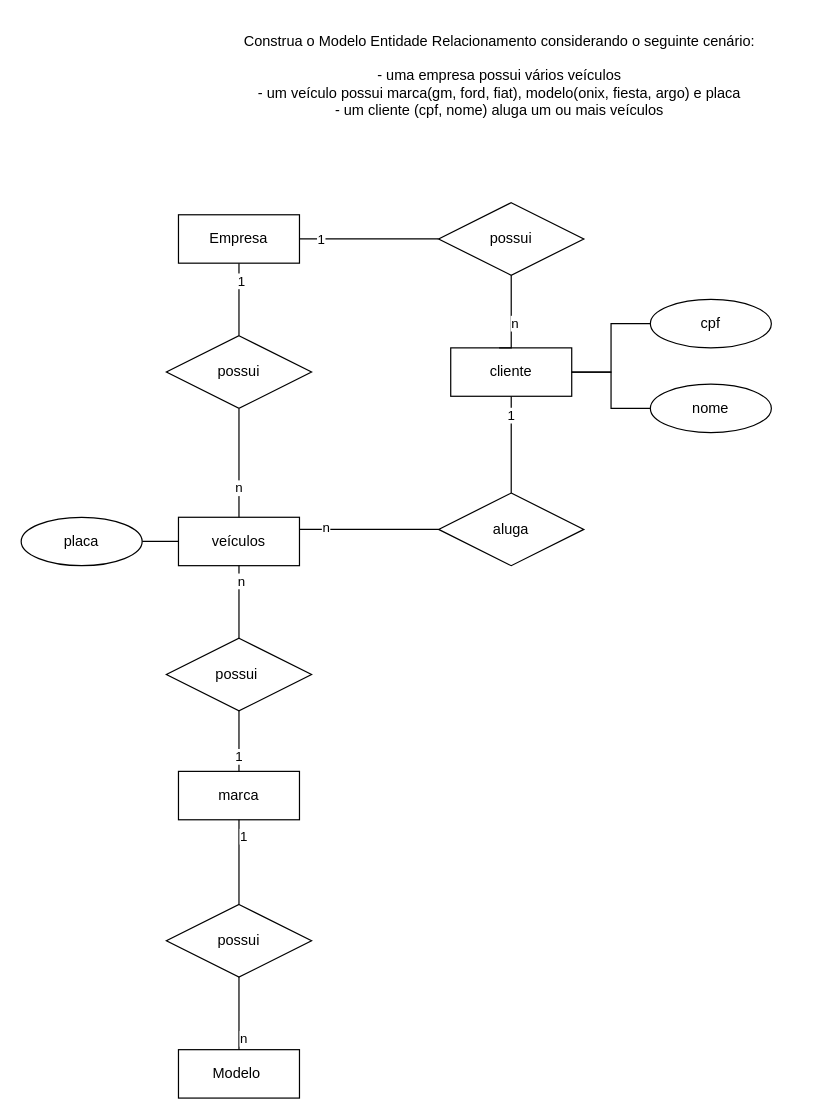
The draw.io diagram page "Página-3" (3 of 6) of SPRINT 1/construção de modelos/1.0/1.4.drawio in MateusPaladino-29/2-semestre, before the edit. Source tidied: cells renumbered, new cells numbered last; positions are measured from the earlier drawing's top-left corner, leaving out a move shared by most shapes. Both pictures are drawn from the tidied source at 121%, with x=0, y=0 at pixel (21, 21).
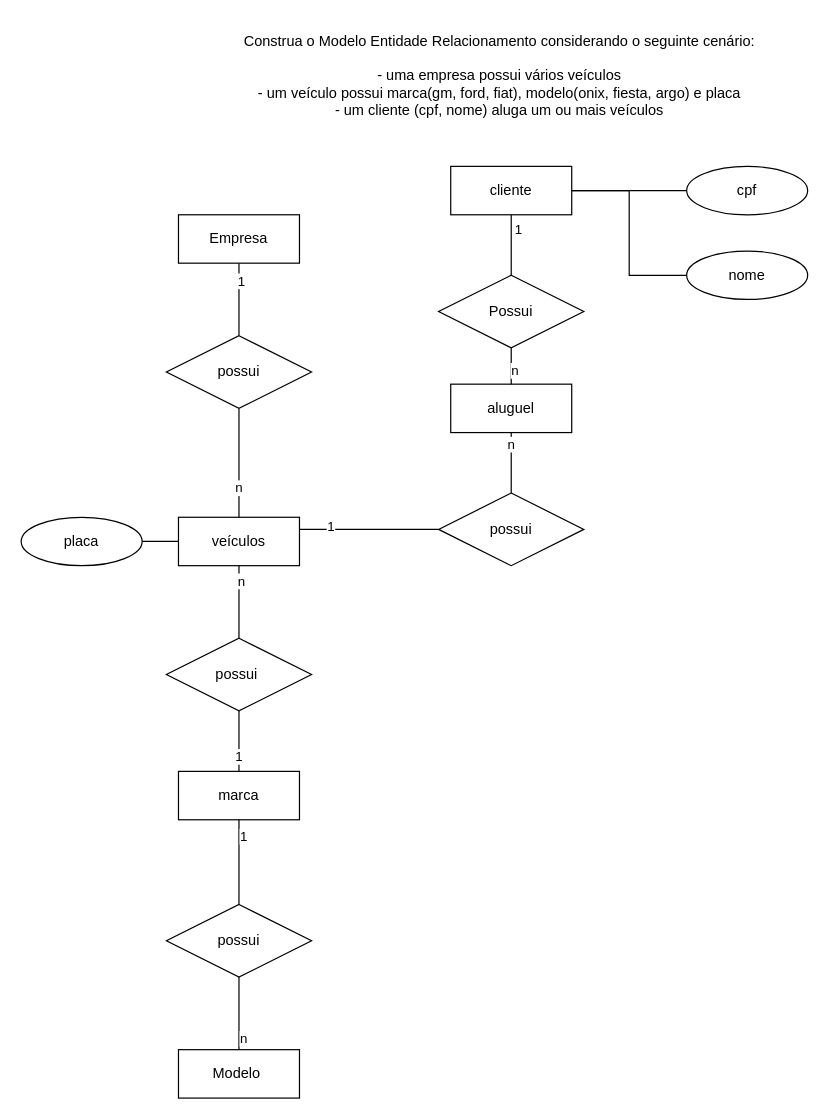
The same page after the edit.

The change refers to these unchanged cells:
```xml
<mxCell id="7" value="Empresa" style="whiteSpace=wrap;html=1;align=center;" parent="1" vertex="1">
  <mxGeometry x="130" y="160" width="100" height="40" as="geometry" />
</mxCell>
<mxCell id="8" style="edgeStyle=orthogonalEdgeStyle;rounded=0;jettySize=auto;html=1;entryX=0;entryY=0.5;entryDx=0;entryDy=0;exitX=1;exitY=0.25;exitDx=0;exitDy=0;endArrow=none;endFill=0;" parent="1" edge="1" source="10" target="16">
  <mxGeometry relative="1" as="geometry" />
</mxCell>
<mxCell id="14" style="edgeStyle=orthogonalEdgeStyle;rounded=0;jettySize=auto;html=1;entryX=0.5;entryY=1;entryDx=0;entryDy=0;endArrow=none;endFill=0;" parent="1" edge="1" source="16" target="17">
  <mxGeometry relative="1" as="geometry" />
</mxCell>
```

Diff of the diagram source:
```diff
@@
-    <mxCell id="5" style="edgeStyle=orthogonalEdgeStyle;rounded=0;jettySize=auto;html=1;entryX=0;entryY=0.5;entryDx=0;entryDy=0;endArrow=none;endFill=0;" parent="1" edge="1" source="7" target="24">
-      <mxGeometry relative="1" as="geometry" />
-    </mxCell>
-    <mxCell id="6" value="1" style="edgeLabel;html=1;align=center;verticalAlign=middle;" parent="5" vertex="1">
-      <mxGeometry x="-0.71" relative="1" as="geometry" />
-    </mxCell>
@@
-    <mxCell id="9" value="n" style="edgeLabel;html=1;align=center;verticalAlign=middle;" parent="8" vertex="1">
-      <mxGeometry x="-0.64" y="2" relative="1" as="geometry" />
-    </mxCell>
+    <mxCell id="39" value="1" style="edgeLabel;html=1;align=center;verticalAlign=middle;" parent="8" vertex="1">
+      <mxGeometry x="-0.57" y="3" relative="1" as="geometry" />
+    </mxCell>
@@
-    <mxCell id="15" value="1" style="edgeLabel;html=1;align=center;verticalAlign=middle;" parent="14" vertex="1">
+    <mxCell id="15" value="n" style="edgeLabel;html=1;align=center;verticalAlign=middle;" parent="14" vertex="1">
       <mxGeometry x="0.62" y="1" relative="1" as="geometry" />
     </mxCell>
-    <mxCell id="16" value="aluga" style="shape=rhombus;perimeter=rhombusPerimeter;whiteSpace=wrap;html=1;align=center;" parent="1" vertex="1">
+    <mxCell id="16" value="possui" style="shape=rhombus;perimeter=rhombusPerimeter;whiteSpace=wrap;html=1;align=center;" parent="1" vertex="1">
       <mxGeometry x="345" y="390" width="120" height="60" as="geometry" />
     </mxCell>
-    <mxCell id="17" value="cliente" style="whiteSpace=wrap;html=1;align=center;" parent="1" vertex="1">
-      <mxGeometry x="355" y="270" width="100" height="40" as="geometry" />
+    <mxCell id="17" value="aluguel" style="whiteSpace=wrap;html=1;align=center;" parent="1" vertex="1">
+      <mxGeometry x="355" y="300" width="100" height="40" as="geometry" />
     </mxCell>
-    <mxCell id="18" style="edgeStyle=orthogonalEdgeStyle;rounded=0;jettySize=auto;html=1;endArrow=none;endFill=0;" parent="1" edge="1" source="19" target="17">
-      <mxGeometry relative="1" as="geometry" />
-    </mxCell>
+    <mxCell id="40" style="edgeStyle=orthogonalEdgeStyle;rounded=0;jettySize=auto;html=1;endArrow=none;endFill=0;" parent="1" edge="1" source="19" target="44">
+      <mxGeometry relative="1" as="geometry" />
+    </mxCell>
     <mxCell id="19" value="cpf" style="ellipse;whiteSpace=wrap;html=1;align=center;" parent="1" vertex="1">
-      <mxGeometry x="520" y="230" width="100" height="40" as="geometry" />
+      <mxGeometry x="550" y="120" width="100" height="40" as="geometry" />
     </mxCell>
-    <mxCell id="20" style="edgeStyle=orthogonalEdgeStyle;rounded=0;jettySize=auto;html=1;entryX=1;entryY=0.5;entryDx=0;entryDy=0;endArrow=none;endFill=0;" parent="1" edge="1" source="21" target="17">
-      <mxGeometry relative="1" as="geometry" />
-    </mxCell>
+    <mxCell id="41" style="edgeStyle=orthogonalEdgeStyle;rounded=0;jettySize=auto;html=1;entryX=1;entryY=0.5;entryDx=0;entryDy=0;endArrow=none;endFill=0;" parent="1" edge="1" source="21" target="44">
+      <mxGeometry relative="1" as="geometry" />
+    </mxCell>
     <mxCell id="21" value="nome" style="ellipse;whiteSpace=wrap;html=1;align=center;" parent="1" vertex="1">
-      <mxGeometry x="520" y="300" width="100" height="40" as="geometry" />
+      <mxGeometry x="550" y="190" width="100" height="40" as="geometry" />
     </mxCell>
-    <mxCell id="22" style="edgeStyle=orthogonalEdgeStyle;rounded=0;jettySize=auto;html=1;entryX=0.4;entryY=0;entryDx=0;entryDy=0;entryPerimeter=0;endArrow=none;endFill=0;" parent="1" edge="1" source="24" target="17">
-      <mxGeometry relative="1" as="geometry">
-        <Array as="points">
-          <mxPoint x="405" y="270" />
-        </Array>
-      </mxGeometry>
-    </mxCell>
-    <mxCell id="23" value="n" style="edgeLabel;html=1;align=center;verticalAlign=middle;" parent="22" vertex="1">
-      <mxGeometry x="0.12" y="2" relative="1" as="geometry" />
-    </mxCell>
-    <mxCell id="24" value="possui" style="shape=rhombus;perimeter=rhombusPerimeter;whiteSpace=wrap;html=1;align=center;" parent="1" vertex="1">
-      <mxGeometry x="345" y="150" width="120" height="60" as="geometry" />
-    </mxCell>
@@
+    <mxCell id="42" style="edgeStyle=orthogonalEdgeStyle;rounded=0;jettySize=auto;html=1;endArrow=none;endFill=0;" parent="1" edge="1" source="44" target="47">
+      <mxGeometry relative="1" as="geometry" />
+    </mxCell>
+    <mxCell id="43" value="1" style="edgeLabel;html=1;align=center;verticalAlign=middle;" parent="42" vertex="1">
+      <mxGeometry x="-0.55" y="5" relative="1" as="geometry" />
+    </mxCell>
+    <mxCell id="44" value="cliente" style="whiteSpace=wrap;html=1;align=center;" parent="1" vertex="1">
+      <mxGeometry x="355" y="120" width="100" height="40" as="geometry" />
+    </mxCell>
+    <mxCell id="45" style="edgeStyle=orthogonalEdgeStyle;rounded=0;jettySize=auto;html=1;endArrow=none;endFill=0;" parent="1" edge="1" source="47" target="17">
+      <mxGeometry relative="1" as="geometry" />
+    </mxCell>
+    <mxCell id="46" value="n" style="edgeLabel;html=1;align=center;verticalAlign=middle;" parent="45" vertex="1">
+      <mxGeometry x="0.53" y="2" relative="1" as="geometry" />
+    </mxCell>
+    <mxCell id="47" value="Possui" style="shape=rhombus;perimeter=rhombusPerimeter;whiteSpace=wrap;html=1;align=center;" parent="1" vertex="1">
+      <mxGeometry x="345" y="210" width="120" height="60" as="geometry" />
+    </mxCell>
```
